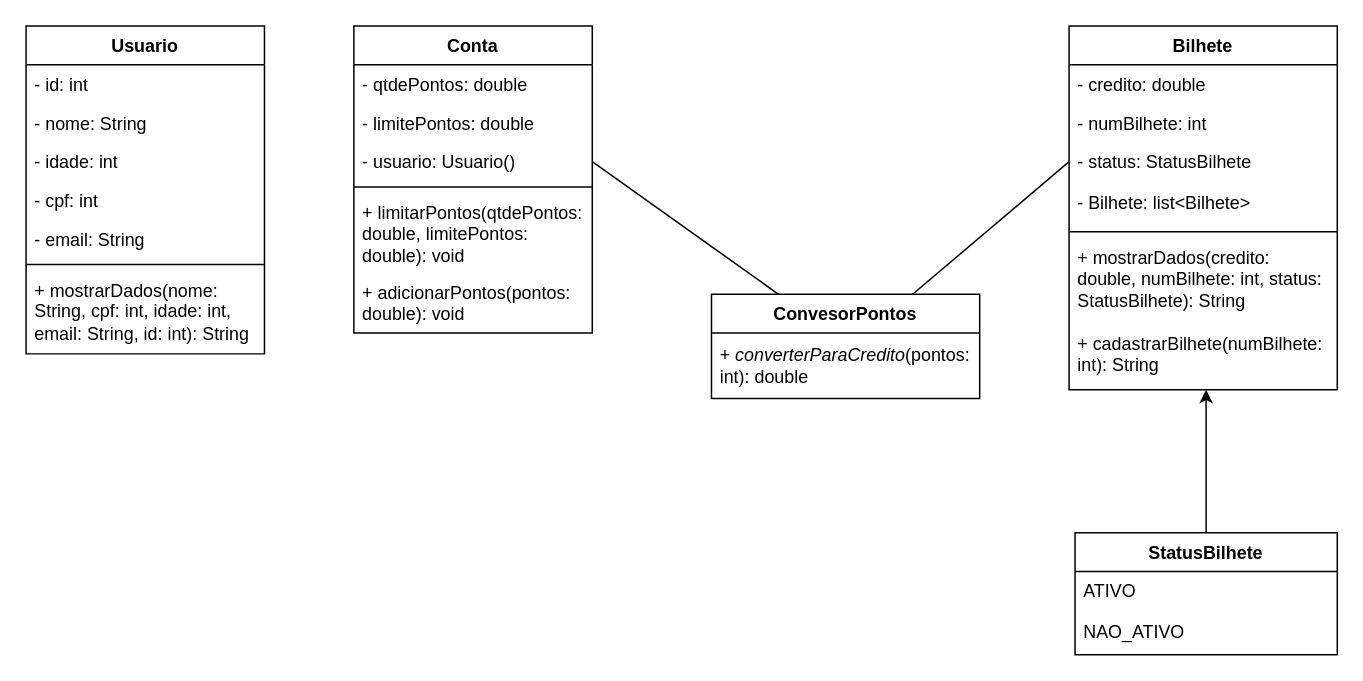
Above: java_soulpass_diagram.drawio in SoulPass-1TDSPJ/java_soulpass (draw.io), before the change. Source tidied: cells renumbered, new cells numbered last; positions are measured from the earlier drawing's top-left corner, leaving out a move shared by most shapes. Both pictures are drawn from the tidied source at 149%, with x=0, y=0 at pixel (25, 25).
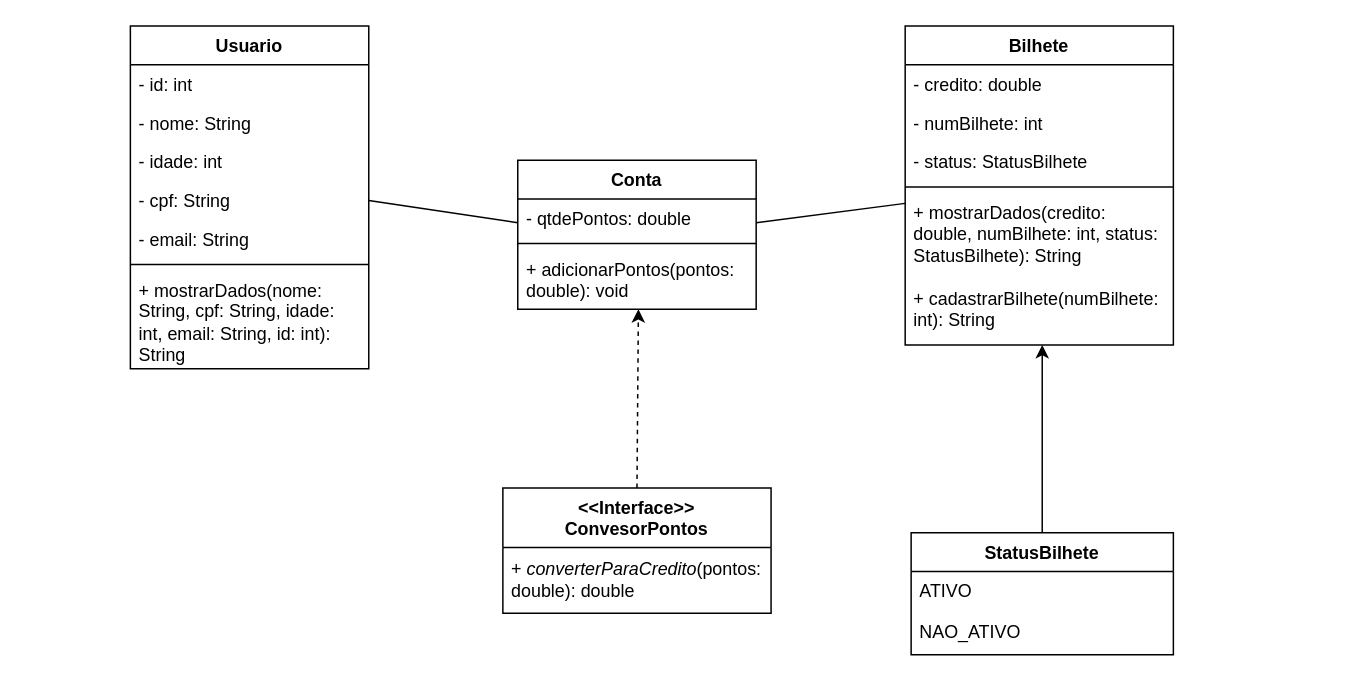
The same diagram, later.

Commit message (it also covers changes not shown here):
fix: Consertando o diagrama de classes e alguns erros e redundâncias no código de java

Unchanged cells that the change refers to:
```xml
<mxCell id="24" value="- status: StatusBilhete" style="text;strokeColor=none;fillColor=none;align=left;verticalAlign=top;spacingLeft=4;spacingRight=4;overflow=hidden;points=[[0,0.5],[1,0.5]];portConstraint=eastwest;whiteSpace=wrap;html=1;" parent="21" vertex="1">
  <mxGeometry y="78" width="180" height="26" as="geometry" />
</mxCell>
```

Change to the diagram source:
```diff
@@
     <mxCell id="2" value="Usuario" style="swimlane;fontStyle=1;align=center;verticalAlign=top;horizontal=1;startSize=26;whiteSpace=wrap;html=1;" parent="1" vertex="1">
-      <mxGeometry width="160" height="220" as="geometry" />
+      <mxGeometry x="70" width="160" height="230" as="geometry" />
     </mxCell>
@@
-    <mxCell id="6" value="- cpf: int" style="text;strokeColor=none;fillColor=none;align=left;verticalAlign=top;spacingLeft=4;spacingRight=4;overflow=hidden;points=[[0,0.5],[1,0.5]];portConstraint=eastwest;whiteSpace=wrap;html=1;" parent="2" vertex="1">
+    <mxCell id="6" value="- cpf: String" style="text;strokeColor=none;fillColor=none;align=left;verticalAlign=top;spacingLeft=4;spacingRight=4;overflow=hidden;points=[[0,0.5],[1,0.5]];portConstraint=eastwest;whiteSpace=wrap;html=1;" parent="2" vertex="1">
       <mxGeometry y="104" width="160" height="26" as="geometry" />
     </mxCell>
@@
-    <mxCell id="9" value="+ mostrarDados(nome: String, cpf: int, idade: int, email: String, id: int): String" style="text;strokeColor=none;fillColor=none;align=left;verticalAlign=top;spacingLeft=4;spacingRight=4;overflow=hidden;whiteSpace=wrap;html=1;" parent="2" vertex="1">
-      <mxGeometry y="164" width="160" height="56" as="geometry" />
+    <mxCell id="9" value="+ mostrarDados(nome: String, cpf: String, idade: int, email: String, id: int): String" style="text;strokeColor=none;fillColor=none;align=left;verticalAlign=top;spacingLeft=4;spacingRight=4;overflow=hidden;whiteSpace=wrap;html=1;" parent="2" vertex="1">
+      <mxGeometry y="164" width="160" height="66" as="geometry" />
     </mxCell>
     <mxCell id="10" value="Conta" style="swimlane;fontStyle=1;align=center;verticalAlign=top;horizontal=1;startSize=26;whiteSpace=wrap;html=1;" parent="1" vertex="1">
-      <mxGeometry x="220" width="160" height="206" as="geometry" />
+      <mxGeometry x="330" y="90" width="160" height="100" as="geometry" />
     </mxCell>
@@
-    <mxCell id="12" value="- limitePontos: double" style="text;strokeColor=none;fillColor=none;align=left;verticalAlign=top;spacingLeft=4;spacingRight=4;overflow=hidden;whiteSpace=wrap;html=1;" parent="10" vertex="1">
-      <mxGeometry y="52" width="160" height="26" as="geometry" />
-    </mxCell>
-    <mxCell id="13" value="- usuario: Usuario()" style="text;strokeColor=none;fillColor=none;align=left;verticalAlign=top;spacingLeft=4;spacingRight=4;overflow=hidden;points=[[0,0.5],[1,0.5]];portConstraint=eastwest;whiteSpace=wrap;html=1;" parent="10" vertex="1">
-      <mxGeometry y="78" width="160" height="26" as="geometry" />
-    </mxCell>
     <mxCell id="14" style="line;strokeWidth=1;fillColor=none;align=left;verticalAlign=middle;spacingTop=-1;spacingLeft=3;spacingRight=3;labelPosition=right;strokeColor=inherit;" parent="10" vertex="1">
-      <mxGeometry y="104" width="160" height="8" as="geometry" />
+      <mxGeometry y="52" width="160" height="8" as="geometry" />
     </mxCell>
-    <mxCell id="15" value="+ limitarPontos(qtdePontos: double, limitePontos: double): void" style="text;strokeColor=none;fillColor=none;align=left;verticalAlign=top;spacingLeft=4;spacingRight=4;overflow=hidden;whiteSpace=wrap;html=1;" parent="10" vertex="1">
-      <mxGeometry y="112" width="160" height="54" as="geometry" />
-    </mxCell>
     <mxCell id="16" value="+ adicionarPontos(pontos: double): void" style="text;strokeColor=none;fillColor=none;align=left;verticalAlign=top;spacingLeft=4;spacingRight=4;overflow=hidden;points=[[0,0.5],[1,0.5]];portConstraint=eastwest;whiteSpace=wrap;html=1;" parent="10" vertex="1">
-      <mxGeometry y="166" width="160" height="40" as="geometry" />
+      <mxGeometry y="60" width="160" height="40" as="geometry" />
     </mxCell>
@@
     <mxCell id="18" value="StatusBilhete" style="swimlane;fontStyle=1;align=center;verticalAlign=top;horizontal=1;startSize=26;whiteSpace=wrap;html=1;" parent="1" vertex="1">
-      <mxGeometry x="704" y="340" width="176" height="82" as="geometry" />
+      <mxGeometry x="594" y="340" width="176" height="82" as="geometry" />
     </mxCell>
@@
     <mxCell id="21" value="Bilhete" style="swimlane;fontStyle=1;align=center;verticalAlign=top;horizontal=1;startSize=26;whiteSpace=wrap;html=1;" parent="1" vertex="1">
-      <mxGeometry x="700" width="180" height="244" as="geometry" />
+      <mxGeometry x="590" width="180" height="214" as="geometry" />
     </mxCell>
@@
-    <mxCell id="25" value="- Bilhete: list&amp;lt;Bilhete&amp;gt;" style="text;strokeColor=none;fillColor=none;align=left;verticalAlign=middle;spacingLeft=4;spacingRight=4;overflow=hidden;whiteSpace=wrap;html=1;" parent="21" vertex="1">
-      <mxGeometry y="104" width="180" height="30" as="geometry" />
-    </mxCell>
     <mxCell id="26" style="line;strokeWidth=1;fillColor=none;align=left;verticalAlign=middle;spacingTop=-1;spacingLeft=3;spacingRight=3;labelPosition=right;strokeColor=inherit;" parent="21" vertex="1">
-      <mxGeometry y="134" width="180" height="8" as="geometry" />
+      <mxGeometry y="104" width="180" height="8" as="geometry" />
     </mxCell>
     <mxCell id="27" value="+ mostrarDados(credito: double, numBilhete: int, status: StatusBilhete): String" style="text;strokeColor=none;fillColor=none;align=left;verticalAlign=top;spacingLeft=4;spacingRight=4;overflow=hidden;whiteSpace=wrap;html=1;" parent="21" vertex="1">
-      <mxGeometry y="142" width="180" height="58" as="geometry" />
+      <mxGeometry y="112" width="180" height="58" as="geometry" />
     </mxCell>
     <mxCell id="28" value="+ cadastrarBilhete(numBilhete: int): String" style="text;strokeColor=none;fillColor=none;align=left;verticalAlign=top;spacingLeft=4;spacingRight=4;overflow=hidden;points=[[0,0.5],[1,0.5]];portConstraint=eastwest;whiteSpace=wrap;html=1;" parent="21" vertex="1">
-      <mxGeometry y="200" width="180" height="44" as="geometry" />
+      <mxGeometry y="170" width="180" height="44" as="geometry" />
     </mxCell>
-    <mxCell id="29" value="ConvesorPontos" style="swimlane;fontStyle=1;align=center;verticalAlign=top;horizontal=1;startSize=26;whiteSpace=wrap;html=1;" parent="1" vertex="1">
-      <mxGeometry x="460" y="180" width="180" height="70" as="geometry" />
+    <mxCell id="29" value="&lt;div&gt;&amp;lt;&amp;lt;Interface&amp;gt;&amp;gt;&lt;/div&gt;ConvesorPontos" style="swimlane;fontStyle=1;align=center;verticalAlign=top;horizontal=1;startSize=40;whiteSpace=wrap;html=1;" parent="1" vertex="1">
+      <mxGeometry x="320" y="310" width="180" height="84" as="geometry" />
     </mxCell>
-    <mxCell id="30" value="+ &lt;i&gt;converterParaCredito&lt;/i&gt;(pontos: int): double" style="text;strokeColor=none;fillColor=none;align=left;verticalAlign=middle;spacingLeft=4;spacingRight=4;overflow=hidden;whiteSpace=wrap;html=1;" parent="29" vertex="1">
-      <mxGeometry y="26" width="180" height="44" as="geometry" />
+    <mxCell id="30" value="+ &lt;i&gt;converterParaCredito&lt;/i&gt;(pontos: double): double" style="text;strokeColor=none;fillColor=none;align=left;verticalAlign=middle;spacingLeft=4;spacingRight=4;overflow=hidden;whiteSpace=wrap;html=1;" parent="29" vertex="1">
+      <mxGeometry y="40" width="180" height="44" as="geometry" />
     </mxCell>
-    <mxCell id="31" style="endArrow=none;html=1;rounded=0;exitX=1;exitY=0.5;exitDx=0;exitDy=0;entryX=0.25;entryY=0;entryDx=0;entryDy=0;" parent="1" edge="1" source="13" target="29">
-      <mxGeometry relative="1" as="geometry" />
-    </mxCell>
-    <mxCell id="32" style="endArrow=none;html=1;rounded=0;exitX=0;exitY=0.5;exitDx=0;exitDy=0;entryX=0.75;entryY=0;entryDx=0;entryDy=0;" parent="1" edge="1" source="24" target="29">
-      <mxGeometry relative="1" as="geometry" />
-    </mxCell>
+    <mxCell id="33" style="endArrow=classic;html=1;rounded=0;exitX=0.5;exitY=0;exitDx=0;exitDy=0;entryX=0.506;entryY=1;entryDx=0;entryDy=0;entryPerimeter=0;dashed=1;startArrow=none;startFill=0;endFill=1;" parent="1" edge="1" source="29" target="16">
+      <mxGeometry relative="1" as="geometry" />
+    </mxCell>
+    <mxCell id="34" style="endArrow=none;html=1;rounded=0;exitX=1;exitY=0.5;exitDx=0;exitDy=0;entryX=0;entryY=0.5;entryDx=0;entryDy=0;" parent="1" edge="1" source="6">
+      <mxGeometry relative="1" as="geometry">
+        <mxPoint x="330" y="132" as="targetPoint" />
+      </mxGeometry>
+    </mxCell>
+    <mxCell id="35" style="endArrow=none;html=1;rounded=0;entryX=0;entryY=0.5;entryDx=0;entryDy=0;exitX=1;exitY=0.5;exitDx=0;exitDy=0;" parent="1" edge="1">
+      <mxGeometry relative="1" as="geometry">
+        <mxPoint x="490" y="132" as="sourcePoint" />
+        <mxPoint x="590" y="119" as="targetPoint" />
+      </mxGeometry>
+    </mxCell>
```
